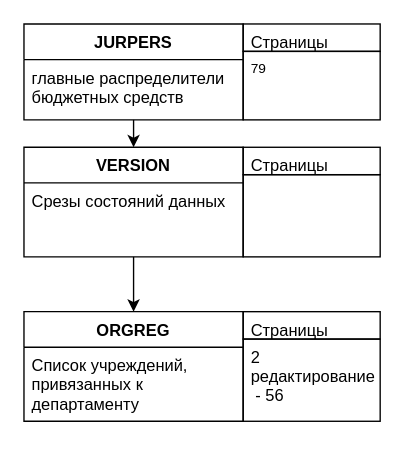
This is Untitled Diagram.drawio from VasuaLun/ff, a draw.io file, before an edit. Source tidied: cells renumbered, new cells numbered last; positions are measured from the earlier drawing's top-left corner, leaving out a move shared by most shapes. Both pictures are drawn from the tidied source at 137%, with x=0, y=0 at pixel (23, 23).
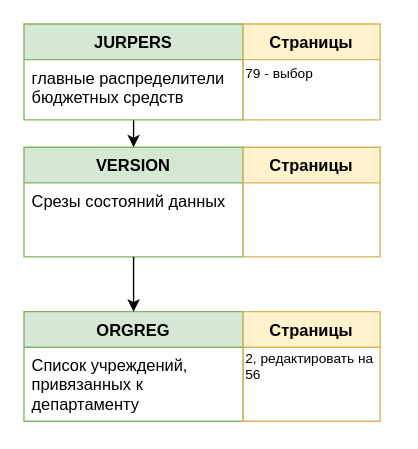
Above is the later version.

The change refers to these unchanged cells:
```xml
<mxCell id="2" style="group;" parent="1" vertex="1">
  <mxGeometry y="210" width="260" height="80" as="geometry" />
</mxCell>
<mxCell id="7" style="group;" parent="1" vertex="1">
  <mxGeometry y="90" width="260" height="80" as="geometry" />
</mxCell>
```

The edit, as a diff of the source:
```diff
@@
-    <mxCell id="3" value="ORGREG" style="swimlane;fontStyle=1;align=center;verticalAlign=top;horizontal=1;startSize=26;" parent="2" vertex="1">
+    <mxCell id="3" value="ORGREG" style="swimlane;fontStyle=1;align=center;verticalAlign=top;horizontal=1;startSize=26;fillColor=#d5e8d4;strokeColor=#82b366;" parent="2" vertex="1">
       <mxGeometry width="160" height="80" as="geometry" />
     </mxCell>
@@
-    <mxCell id="5" value="2&#10;редактирование&#10; - 56&#10;" style="text;align=left;verticalAlign=top;spacingLeft=4;spacingRight=4;overflow=hidden;strokeColor=#000000;" parent="2" vertex="1">
-      <mxGeometry x="160" y="20" width="100" height="60" as="geometry" />
-    </mxCell>
-    <mxCell id="6" value="Страницы" style="text;align=left;verticalAlign=top;spacingLeft=4;spacingRight=4;overflow=hidden;strokeColor=#000000;" parent="2" vertex="1">
-      <mxGeometry x="160" width="100" height="20" as="geometry" />
-    </mxCell>
+    <mxCell id="19" value="Страницы" style="swimlane;fontStyle=1;align=center;verticalAlign=top;horizontal=1;startSize=26;fillColor=#fff2cc;strokeColor=#d6b656;" parent="2" vertex="1">
+      <mxGeometry x="160" width="100" height="80" as="geometry" />
+    </mxCell>
@@
-    <mxCell id="8" value="VERSION" style="swimlane;fontStyle=1;align=center;verticalAlign=top;horizontal=1;startSize=26;" parent="7" vertex="1">
+    <mxCell id="8" value="VERSION" style="swimlane;fontStyle=1;align=center;verticalAlign=top;horizontal=1;startSize=26;fillColor=#d5e8d4;strokeColor=#82b366;" parent="7" vertex="1">
       <mxGeometry width="160" height="80" as="geometry" />
     </mxCell>
@@
-    <mxCell id="10" style="text;align=left;verticalAlign=top;spacingLeft=4;spacingRight=4;overflow=hidden;strokeColor=#000000;" parent="7" vertex="1">
-      <mxGeometry x="160" y="20" width="100" height="60" as="geometry" />
-    </mxCell>
-    <mxCell id="11" value="Страницы" style="text;align=left;verticalAlign=top;spacingLeft=4;spacingRight=4;overflow=hidden;strokeColor=#000000;" parent="7" vertex="1">
-      <mxGeometry x="160" width="100" height="20" as="geometry" />
-    </mxCell>
+    <mxCell id="20" value="Страницы" style="swimlane;fontStyle=1;align=center;verticalAlign=top;horizontal=1;startSize=26;fillColor=#fff2cc;strokeColor=#d6b656;" parent="7" vertex="1">
+      <mxGeometry x="160" width="100" height="80" as="geometry" />
+    </mxCell>
@@
+    <mxCell id="21" style="group;" parent="1" vertex="1">
+      <mxGeometry width="260" height="70" as="geometry" />
+    </mxCell>
-    <mxCell id="14" style="group;" parent="1" vertex="1">
+    <mxCell id="14" style="group;" parent="21" vertex="1">
       <mxGeometry width="260" height="70" as="geometry" />
     </mxCell>
-    <mxCell id="15" value="JURPERS" style="swimlane;fontStyle=1;align=center;verticalAlign=top;horizontal=1;startSize=26;" parent="14" vertex="1">
+    <mxCell id="15" value="JURPERS" style="swimlane;fontStyle=1;align=center;verticalAlign=top;horizontal=1;startSize=26;fillColor=#d5e8d4;strokeColor=#82b366;" parent="14" vertex="1">
       <mxGeometry width="160" height="70" as="geometry" />
     </mxCell>
@@
-    <mxCell id="17" value="79&#10;&#10;" style="text;align=left;verticalAlign=top;spacingLeft=4;spacingRight=4;overflow=hidden;strokeColor=#000000;fontSize=10;" parent="14" vertex="1">
-      <mxGeometry x="160" y="20" width="100" height="50" as="geometry" />
-    </mxCell>
-    <mxCell id="18" value="Страницы" style="text;align=left;verticalAlign=top;spacingLeft=4;spacingRight=4;overflow=hidden;strokeColor=#000000;" parent="14" vertex="1">
-      <mxGeometry x="160" width="100" height="20" as="geometry" />
-    </mxCell>
+    <mxCell id="22" value="79 - выбор" style="text;html=1;align=left;verticalAlign=middle;strokeColor=none;fontSize=10;" parent="14" vertex="1">
+      <mxGeometry x="160" y="26" width="60" height="20" as="geometry" />
+    </mxCell>
+    <mxCell id="23" value="Страницы" style="swimlane;fontStyle=1;align=center;verticalAlign=top;horizontal=1;startSize=26;fillColor=#fff2cc;strokeColor=#d6b656;" parent="21" vertex="1">
+      <mxGeometry x="160" width="100" height="70" as="geometry" />
+    </mxCell>
+    <mxCell id="24" value="2, редактировать на&lt;br&gt;56" style="text;html=1;align=left;verticalAlign=middle;strokeColor=none;fontSize=10;" parent="1" vertex="1">
+      <mxGeometry x="160" y="235" width="110" height="30" as="geometry" />
+    </mxCell>
```
